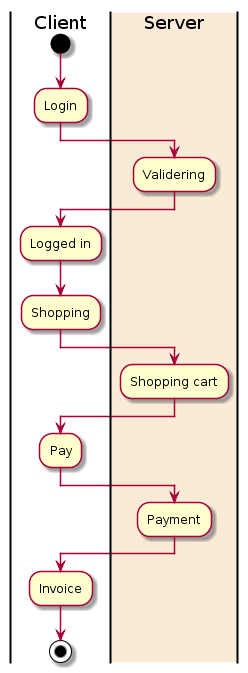
Before: diagrams/Navigations-diagram_bruger_køb.png, a diagram exported from PlantUML (cph-mn521/Cup_Cake). Source of this version:
```plantuml
@startuml
|Client|
start
:Login;
|#AntiqueWhite|Server|
:Validering;
|Client|
:Logged in;
:Shopping;
|#AntiqueWhite|Server|
:Shopping cart;
|Client|
:Pay;
|#AntiqueWhite|Server|
:Payment;
|Client|
:Invoice;
stop
@enduml
```
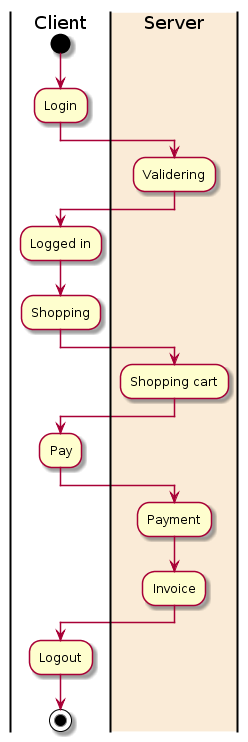
Above is the later version.

Change to the diagram source:
```diff
@@ -13,7 +13,8 @@
 :Pay;
 |#AntiqueWhite|Server|
 :Payment;
+:Invoice;
 |Client|
-:Invoice;
+:Logout;
 stop
 @enduml
```
